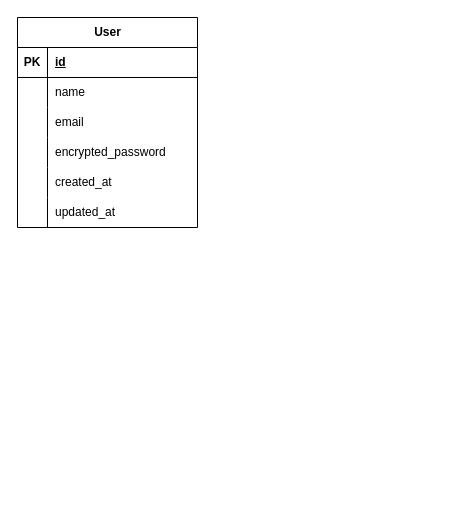
The draw.io diagram team_nk/いいね機能.drawio in Ganmo3/drawio, before the edit. Source tidied: cells renumbered, new cells numbered last; positions are measured from the earlier drawing's top-left corner, leaving out a move shared by most shapes. Both pictures are drawn from the tidied source at 100%, with x=0, y=0 at pixel (17, 17).
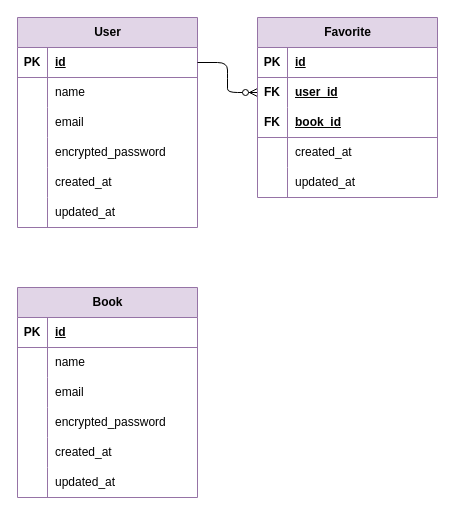
The same page after the edit.

Commit message (it also covers changes not shown here):
いいね機能.drawio を更新します

The edit, as a diff of the source:
```diff
@@
-    <mxCell id="2" value="User" style="shape=table;startSize=30;childLayout=tableLayout;rowLines=0;fontStyle=1;align=center;html=1;" parent="1" vertex="1">
+    <mxCell id="2" value="&lt;font color=&quot;#000000&quot;&gt;User&lt;/font&gt;" style="shape=table;startSize=30;childLayout=tableLayout;rowLines=0;fontStyle=1;align=center;html=1;strokeColor=#9673a6;fontFamily=Helvetica;fontSize=12;fontColor=default;fillColor=#e1d5e7;" parent="1" vertex="1">
       <mxGeometry width="180" height="210" as="geometry" />
     </mxCell>
-    <mxCell id="3" style="shape=tableRow;horizontal=0;startSize=0;swimlaneHead=0;swimlaneBody=0;fillColor=none;top=0;left=0;right=0;bottom=1;" parent="2" vertex="1">
-      <mxGeometry y="30" width="180" height="30" as="geometry" />
-    </mxCell>
-    <mxCell id="4" value="PK" style="shape=partialRectangle;fillColor=none;top=0;left=0;bottom=0;right=0;fontStyle=1;overflow=hidden;whiteSpace=wrap;html=1;" parent="3" vertex="1">
-      <mxGeometry width="30" height="30" as="geometry" />
-    </mxCell>
-    <mxCell id="5" value="id" style="shape=partialRectangle;fillColor=none;top=0;left=0;bottom=0;right=0;align=left;spacingLeft=6;fontStyle=5;overflow=hidden;whiteSpace=wrap;html=1;" parent="3" vertex="1">
-      <mxGeometry x="30" width="150" height="30" as="geometry" />
-    </mxCell>
-    <mxCell id="6" style="shape=tableRow;horizontal=0;startSize=0;swimlaneHead=0;swimlaneBody=0;fillColor=none;top=0;left=0;right=0;bottom=0;" parent="2" vertex="1">
-      <mxGeometry y="60" width="180" height="30" as="geometry" />
-    </mxCell>
-    <mxCell id="7" style="shape=partialRectangle;fillColor=none;top=0;left=0;bottom=0;right=0;overflow=hidden;whiteSpace=wrap;html=1;" parent="6" vertex="1">
-      <mxGeometry width="30" height="30" as="geometry" />
-    </mxCell>
-    <mxCell id="8" value="name" style="shape=partialRectangle;fillColor=none;top=0;left=0;bottom=0;right=0;align=left;spacingLeft=6;overflow=hidden;whiteSpace=wrap;html=1;" parent="6" vertex="1">
-      <mxGeometry x="30" width="150" height="30" as="geometry" />
-    </mxCell>
-    <mxCell id="9" style="shape=tableRow;horizontal=0;startSize=0;swimlaneHead=0;swimlaneBody=0;fillColor=none;top=0;left=0;right=0;bottom=0;" parent="2" vertex="1">
-      <mxGeometry y="90" width="180" height="30" as="geometry" />
-    </mxCell>
-    <mxCell id="10" style="shape=partialRectangle;fillColor=none;top=0;left=0;bottom=0;right=0;overflow=hidden;whiteSpace=wrap;html=1;" parent="9" vertex="1">
-      <mxGeometry width="30" height="30" as="geometry" />
-    </mxCell>
-    <mxCell id="11" value="email" style="shape=partialRectangle;fillColor=none;top=0;left=0;bottom=0;right=0;align=left;spacingLeft=6;overflow=hidden;whiteSpace=wrap;html=1;" parent="9" vertex="1">
-      <mxGeometry x="30" width="150" height="30" as="geometry" />
-    </mxCell>
-    <mxCell id="12" style="shape=tableRow;horizontal=0;startSize=0;swimlaneHead=0;swimlaneBody=0;fillColor=none;top=0;left=0;right=0;bottom=0;" parent="2" vertex="1">
-      <mxGeometry y="120" width="180" height="30" as="geometry" />
-    </mxCell>
-    <mxCell id="13" style="shape=partialRectangle;fillColor=none;top=0;left=0;bottom=0;right=0;overflow=hidden;whiteSpace=wrap;html=1;" parent="12" vertex="1">
-      <mxGeometry width="30" height="30" as="geometry" />
-    </mxCell>
-    <mxCell id="14" value="encrypted_password" style="shape=partialRectangle;fillColor=none;top=0;left=0;bottom=0;right=0;align=left;spacingLeft=6;overflow=hidden;whiteSpace=wrap;html=1;" parent="12" vertex="1">
-      <mxGeometry x="30" width="150" height="30" as="geometry" />
-    </mxCell>
-    <mxCell id="15" style="shape=tableRow;horizontal=0;startSize=0;swimlaneHead=0;swimlaneBody=0;fillColor=none;top=0;left=0;right=0;bottom=0;" parent="2" vertex="1">
-      <mxGeometry y="150" width="180" height="30" as="geometry" />
-    </mxCell>
-    <mxCell id="16" style="shape=partialRectangle;fillColor=none;top=0;left=0;bottom=0;right=0;overflow=hidden;whiteSpace=wrap;html=1;" parent="15" vertex="1">
-      <mxGeometry width="30" height="30" as="geometry" />
-    </mxCell>
-    <mxCell id="17" value="created_at" style="shape=partialRectangle;fillColor=none;top=0;left=0;bottom=0;right=0;align=left;spacingLeft=6;overflow=hidden;whiteSpace=wrap;html=1;" parent="15" vertex="1">
-      <mxGeometry x="30" width="150" height="30" as="geometry" />
-    </mxCell>
-    <mxCell id="18" style="shape=tableRow;horizontal=0;startSize=0;swimlaneHead=0;swimlaneBody=0;fillColor=none;top=0;left=0;right=0;bottom=0;" parent="2" vertex="1">
-      <mxGeometry y="180" width="180" height="30" as="geometry" />
-    </mxCell>
-    <mxCell id="19" style="shape=partialRectangle;fillColor=none;top=0;left=0;bottom=0;right=0;overflow=hidden;whiteSpace=wrap;html=1;" parent="18" vertex="1">
-      <mxGeometry width="30" height="30" as="geometry" />
-    </mxCell>
-    <mxCell id="20" value="updated_at" style="shape=partialRectangle;fillColor=none;top=0;left=0;bottom=0;right=0;align=left;spacingLeft=6;overflow=hidden;whiteSpace=wrap;html=1;" parent="18" vertex="1">
-      <mxGeometry x="30" width="150" height="30" as="geometry" />
-    </mxCell>
+    <mxCell id="21" style="shape=tableRow;horizontal=0;startSize=0;swimlaneHead=0;swimlaneBody=0;fillColor=none;points=[[0,0.5],[1,0.5]];portConstraint=eastwest;top=0;left=0;right=0;bottom=1;strokeColor=#9673a6;fontFamily=Helvetica;fontSize=12;fontColor=default;html=1;" parent="2" vertex="1">
+      <mxGeometry y="30" width="180" height="30" as="geometry" />
+    </mxCell>
+    <mxCell id="22" value="PK" style="shape=partialRectangle;fillColor=none;top=0;left=0;bottom=0;right=0;fontStyle=1;overflow=hidden;whiteSpace=wrap;html=1;strokeColor=#9673a6;fontFamily=Helvetica;fontSize=12;fontColor=default;startSize=23;" parent="21" vertex="1">
+      <mxGeometry width="30" height="30" as="geometry" />
+    </mxCell>
+    <mxCell id="23" value="id" style="shape=partialRectangle;fillColor=none;top=0;left=0;bottom=0;right=0;align=left;spacingLeft=6;fontStyle=5;overflow=hidden;whiteSpace=wrap;html=1;strokeColor=#9673a6;fontFamily=Helvetica;fontSize=12;fontColor=default;startSize=23;" parent="21" vertex="1">
+      <mxGeometry x="30" width="150" height="30" as="geometry" />
+    </mxCell>
+    <mxCell id="24" style="shape=tableRow;horizontal=0;startSize=0;swimlaneHead=0;swimlaneBody=0;fillColor=none;top=0;left=0;right=0;bottom=0;strokeColor=#9673a6;fontFamily=Helvetica;fontSize=12;fontColor=default;html=1;" parent="2" vertex="1">
+      <mxGeometry y="60" width="180" height="30" as="geometry" />
+    </mxCell>
+    <mxCell id="25" style="shape=partialRectangle;fillColor=none;top=0;left=0;bottom=0;right=0;overflow=hidden;whiteSpace=wrap;html=1;strokeColor=#9673a6;fontFamily=Helvetica;fontSize=12;fontColor=default;startSize=23;" parent="24" vertex="1">
+      <mxGeometry width="30" height="30" as="geometry" />
+    </mxCell>
+    <mxCell id="26" value="name" style="shape=partialRectangle;fillColor=none;top=0;left=0;bottom=0;right=0;align=left;spacingLeft=6;overflow=hidden;whiteSpace=wrap;html=1;strokeColor=#9673a6;fontFamily=Helvetica;fontSize=12;fontColor=default;startSize=23;" parent="24" vertex="1">
+      <mxGeometry x="30" width="150" height="30" as="geometry" />
+    </mxCell>
+    <mxCell id="27" style="shape=tableRow;horizontal=0;startSize=0;swimlaneHead=0;swimlaneBody=0;fillColor=none;top=0;left=0;right=0;bottom=0;strokeColor=#9673a6;fontFamily=Helvetica;fontSize=12;fontColor=default;html=1;" parent="2" vertex="1">
+      <mxGeometry y="90" width="180" height="30" as="geometry" />
+    </mxCell>
+    <mxCell id="28" style="shape=partialRectangle;fillColor=none;top=0;left=0;bottom=0;right=0;overflow=hidden;whiteSpace=wrap;html=1;strokeColor=#9673a6;fontFamily=Helvetica;fontSize=12;fontColor=default;startSize=23;" parent="27" vertex="1">
+      <mxGeometry width="30" height="30" as="geometry" />
+    </mxCell>
+    <mxCell id="29" value="email" style="shape=partialRectangle;fillColor=none;top=0;left=0;bottom=0;right=0;align=left;spacingLeft=6;overflow=hidden;whiteSpace=wrap;html=1;strokeColor=#9673a6;fontFamily=Helvetica;fontSize=12;fontColor=default;startSize=23;" parent="27" vertex="1">
+      <mxGeometry x="30" width="150" height="30" as="geometry" />
+    </mxCell>
+    <mxCell id="30" style="shape=tableRow;horizontal=0;startSize=0;swimlaneHead=0;swimlaneBody=0;fillColor=none;top=0;left=0;right=0;bottom=0;strokeColor=#9673a6;fontFamily=Helvetica;fontSize=12;fontColor=default;html=1;" parent="2" vertex="1">
+      <mxGeometry y="120" width="180" height="30" as="geometry" />
+    </mxCell>
+    <mxCell id="31" style="shape=partialRectangle;fillColor=none;top=0;left=0;bottom=0;right=0;overflow=hidden;whiteSpace=wrap;html=1;strokeColor=#9673a6;fontFamily=Helvetica;fontSize=12;fontColor=default;startSize=23;" parent="30" vertex="1">
+      <mxGeometry width="30" height="30" as="geometry" />
+    </mxCell>
+    <mxCell id="32" value="encrypted_password" style="shape=partialRectangle;fillColor=none;top=0;left=0;bottom=0;right=0;align=left;spacingLeft=6;overflow=hidden;whiteSpace=wrap;html=1;strokeColor=#9673a6;fontFamily=Helvetica;fontSize=12;fontColor=default;startSize=23;" parent="30" vertex="1">
+      <mxGeometry x="30" width="150" height="30" as="geometry" />
+    </mxCell>
+    <mxCell id="33" style="shape=tableRow;horizontal=0;startSize=0;swimlaneHead=0;swimlaneBody=0;fillColor=none;top=0;left=0;right=0;bottom=0;strokeColor=#9673a6;fontFamily=Helvetica;fontSize=12;fontColor=default;html=1;" parent="2" vertex="1">
+      <mxGeometry y="150" width="180" height="30" as="geometry" />
+    </mxCell>
+    <mxCell id="34" style="shape=partialRectangle;fillColor=none;top=0;left=0;bottom=0;right=0;overflow=hidden;whiteSpace=wrap;html=1;strokeColor=#9673a6;fontFamily=Helvetica;fontSize=12;fontColor=default;startSize=23;" parent="33" vertex="1">
+      <mxGeometry width="30" height="30" as="geometry" />
+    </mxCell>
+    <mxCell id="35" value="created_at" style="shape=partialRectangle;fillColor=none;top=0;left=0;bottom=0;right=0;align=left;spacingLeft=6;overflow=hidden;whiteSpace=wrap;html=1;strokeColor=#9673a6;fontFamily=Helvetica;fontSize=12;fontColor=default;startSize=23;" parent="33" vertex="1">
+      <mxGeometry x="30" width="150" height="30" as="geometry" />
+    </mxCell>
+    <mxCell id="36" style="shape=tableRow;horizontal=0;startSize=0;swimlaneHead=0;swimlaneBody=0;fillColor=none;top=0;left=0;right=0;bottom=0;strokeColor=#9673a6;fontFamily=Helvetica;fontSize=12;fontColor=default;html=1;" parent="2" vertex="1">
+      <mxGeometry y="180" width="180" height="30" as="geometry" />
+    </mxCell>
+    <mxCell id="37" style="shape=partialRectangle;fillColor=none;top=0;left=0;bottom=0;right=0;overflow=hidden;whiteSpace=wrap;html=1;strokeColor=#9673a6;fontFamily=Helvetica;fontSize=12;fontColor=default;startSize=23;" parent="36" vertex="1">
+      <mxGeometry width="30" height="30" as="geometry" />
+    </mxCell>
+    <mxCell id="38" value="updated_at" style="shape=partialRectangle;fillColor=none;top=0;left=0;bottom=0;right=0;align=left;spacingLeft=6;overflow=hidden;whiteSpace=wrap;html=1;strokeColor=#9673a6;fontFamily=Helvetica;fontSize=12;fontColor=default;startSize=23;" parent="36" vertex="1">
+      <mxGeometry x="30" width="150" height="30" as="geometry" />
+    </mxCell>
+    <mxCell id="39" style="edgeStyle=entityRelationEdgeStyle;fontSize=12;html=1;endArrow=ERzeroToMany;endFill=1;fontFamily=Helvetica;fontColor=default;startSize=23;rounded=1;entryX=0;entryY=0.5;entryDx=0;entryDy=0;" parent="1" edge="1" source="21" target="44">
+      <mxGeometry relative="1" as="geometry" />
+    </mxCell>
+    <mxCell id="40" value="&lt;font color=&quot;#000000&quot;&gt;Favorite&lt;/font&gt;" style="shape=table;startSize=30;childLayout=tableLayout;rowLines=0;fontStyle=1;align=center;html=1;strokeColor=#9673a6;fontFamily=Helvetica;fontSize=12;fontColor=default;fillColor=#e1d5e7;" parent="1" vertex="1">
+      <mxGeometry x="240" width="180" height="180" as="geometry" />
+    </mxCell>
+    <mxCell id="41" style="shape=tableRow;horizontal=0;startSize=0;swimlaneHead=0;swimlaneBody=0;fillColor=none;top=0;left=0;right=0;bottom=1;strokeColor=#9673a6;fontFamily=Helvetica;fontSize=12;fontColor=default;html=1;" parent="40" vertex="1">
+      <mxGeometry y="30" width="180" height="30" as="geometry" />
+    </mxCell>
+    <mxCell id="42" value="PK" style="shape=partialRectangle;fillColor=none;top=0;left=0;bottom=0;right=0;fontStyle=1;overflow=hidden;whiteSpace=wrap;html=1;strokeColor=#9673a6;fontFamily=Helvetica;fontSize=12;fontColor=default;startSize=23;" parent="41" vertex="1">
+      <mxGeometry width="30" height="30" as="geometry" />
+    </mxCell>
+    <mxCell id="43" value="id" style="shape=partialRectangle;fillColor=none;top=0;left=0;bottom=0;right=0;align=left;spacingLeft=6;fontStyle=5;overflow=hidden;whiteSpace=wrap;html=1;strokeColor=#9673a6;fontFamily=Helvetica;fontSize=12;fontColor=default;startSize=23;" parent="41" vertex="1">
+      <mxGeometry x="30" width="150" height="30" as="geometry" />
+    </mxCell>
+    <mxCell id="44" style="shape=tableRow;horizontal=0;startSize=0;swimlaneHead=0;swimlaneBody=0;fillColor=none;points=[[0,0.5],[1,0.5]];portConstraint=eastwest;top=0;left=0;right=0;bottom=0;strokeColor=#9673a6;fontFamily=Helvetica;fontSize=12;fontColor=default;html=1;" parent="40" vertex="1">
+      <mxGeometry y="60" width="180" height="30" as="geometry" />
+    </mxCell>
+    <mxCell id="45" value="&lt;b&gt;FK&lt;/b&gt;" style="shape=partialRectangle;fillColor=none;top=0;left=0;bottom=0;right=0;overflow=hidden;whiteSpace=wrap;html=1;strokeColor=#9673a6;fontFamily=Helvetica;fontSize=12;fontColor=default;startSize=23;" parent="44" vertex="1">
+      <mxGeometry width="30" height="30" as="geometry" />
+    </mxCell>
+    <mxCell id="46" value="&lt;u&gt;&lt;b&gt;user_id&lt;/b&gt;&lt;/u&gt;" style="shape=partialRectangle;fillColor=none;top=0;left=0;bottom=0;right=0;align=left;spacingLeft=6;overflow=hidden;whiteSpace=wrap;html=1;strokeColor=#9673a6;fontFamily=Helvetica;fontSize=12;fontColor=default;startSize=23;" parent="44" vertex="1">
+      <mxGeometry x="30" width="150" height="30" as="geometry" />
+    </mxCell>
+    <mxCell id="47" style="shape=tableRow;horizontal=0;startSize=0;swimlaneHead=0;swimlaneBody=0;fillColor=none;top=0;left=0;right=0;bottom=1;strokeColor=#9673a6;fontFamily=Helvetica;fontSize=12;fontColor=default;html=1;" parent="40" vertex="1">
+      <mxGeometry y="90" width="180" height="30" as="geometry" />
+    </mxCell>
+    <mxCell id="48" value="FK" style="shape=partialRectangle;fillColor=none;top=0;left=0;bottom=0;right=0;fontStyle=1;overflow=hidden;whiteSpace=wrap;html=1;strokeColor=#9673a6;fontFamily=Helvetica;fontSize=12;fontColor=default;startSize=23;" parent="47" vertex="1">
+      <mxGeometry width="30" height="30" as="geometry" />
+    </mxCell>
+    <mxCell id="49" value="book_id" style="shape=partialRectangle;fillColor=none;top=0;left=0;bottom=0;right=0;align=left;spacingLeft=6;fontStyle=5;overflow=hidden;whiteSpace=wrap;html=1;strokeColor=#9673a6;fontFamily=Helvetica;fontSize=12;fontColor=default;startSize=23;" parent="47" vertex="1">
+      <mxGeometry x="30" width="150" height="30" as="geometry" />
+    </mxCell>
+    <mxCell id="50" style="shape=tableRow;horizontal=0;startSize=0;swimlaneHead=0;swimlaneBody=0;fillColor=none;top=0;left=0;right=0;bottom=0;strokeColor=#9673a6;fontFamily=Helvetica;fontSize=12;fontColor=default;html=1;" parent="40" vertex="1">
+      <mxGeometry y="120" width="180" height="30" as="geometry" />
+    </mxCell>
+    <mxCell id="51" style="shape=partialRectangle;fillColor=none;top=0;left=0;bottom=0;right=0;overflow=hidden;whiteSpace=wrap;html=1;strokeColor=#9673a6;fontFamily=Helvetica;fontSize=12;fontColor=default;startSize=23;" parent="50" vertex="1">
+      <mxGeometry width="30" height="30" as="geometry" />
+    </mxCell>
+    <mxCell id="52" value="created_at" style="shape=partialRectangle;fillColor=none;top=0;left=0;bottom=0;right=0;align=left;spacingLeft=6;overflow=hidden;whiteSpace=wrap;html=1;strokeColor=#9673a6;fontFamily=Helvetica;fontSize=12;fontColor=default;startSize=23;" parent="50" vertex="1">
+      <mxGeometry x="30" width="150" height="30" as="geometry" />
+    </mxCell>
+    <mxCell id="53" style="shape=tableRow;horizontal=0;startSize=0;swimlaneHead=0;swimlaneBody=0;fillColor=none;top=0;left=0;right=0;bottom=0;strokeColor=#9673a6;fontFamily=Helvetica;fontSize=12;fontColor=default;html=1;" parent="40" vertex="1">
+      <mxGeometry y="150" width="180" height="30" as="geometry" />
+    </mxCell>
+    <mxCell id="54" style="shape=partialRectangle;fillColor=none;top=0;left=0;bottom=0;right=0;overflow=hidden;whiteSpace=wrap;html=1;strokeColor=#9673a6;fontFamily=Helvetica;fontSize=12;fontColor=default;startSize=23;" parent="53" vertex="1">
+      <mxGeometry width="30" height="30" as="geometry" />
+    </mxCell>
+    <mxCell id="55" value="updated_at" style="shape=partialRectangle;fillColor=none;top=0;left=0;bottom=0;right=0;align=left;spacingLeft=6;overflow=hidden;whiteSpace=wrap;html=1;strokeColor=#9673a6;fontFamily=Helvetica;fontSize=12;fontColor=default;startSize=23;" parent="53" vertex="1">
+      <mxGeometry x="30" width="150" height="30" as="geometry" />
+    </mxCell>
+    <mxCell id="56" value="&lt;font color=&quot;#000000&quot;&gt;Book&lt;/font&gt;" style="shape=table;startSize=30;childLayout=tableLayout;rowLines=0;fontStyle=1;align=center;html=1;strokeColor=#9673a6;fontFamily=Helvetica;fontSize=12;fontColor=default;fillColor=#e1d5e7;" parent="1" vertex="1">
+      <mxGeometry y="270" width="180" height="210" as="geometry" />
+    </mxCell>
+    <mxCell id="57" style="shape=tableRow;horizontal=0;startSize=0;swimlaneHead=0;swimlaneBody=0;fillColor=none;top=0;left=0;right=0;bottom=1;strokeColor=#9673a6;fontFamily=Helvetica;fontSize=12;fontColor=default;html=1;" parent="56" vertex="1">
+      <mxGeometry y="30" width="180" height="30" as="geometry" />
+    </mxCell>
+    <mxCell id="58" value="PK" style="shape=partialRectangle;fillColor=none;top=0;left=0;bottom=0;right=0;fontStyle=1;overflow=hidden;whiteSpace=wrap;html=1;strokeColor=#9673a6;fontFamily=Helvetica;fontSize=12;fontColor=default;startSize=23;" parent="57" vertex="1">
+      <mxGeometry width="30" height="30" as="geometry" />
+    </mxCell>
+    <mxCell id="59" value="id" style="shape=partialRectangle;fillColor=none;top=0;left=0;bottom=0;right=0;align=left;spacingLeft=6;fontStyle=5;overflow=hidden;whiteSpace=wrap;html=1;strokeColor=#9673a6;fontFamily=Helvetica;fontSize=12;fontColor=default;startSize=23;" parent="57" vertex="1">
+      <mxGeometry x="30" width="150" height="30" as="geometry" />
+    </mxCell>
+    <mxCell id="60" style="shape=tableRow;horizontal=0;startSize=0;swimlaneHead=0;swimlaneBody=0;fillColor=none;top=0;left=0;right=0;bottom=0;strokeColor=#9673a6;fontFamily=Helvetica;fontSize=12;fontColor=default;html=1;" parent="56" vertex="1">
+      <mxGeometry y="60" width="180" height="30" as="geometry" />
+    </mxCell>
+    <mxCell id="61" style="shape=partialRectangle;fillColor=none;top=0;left=0;bottom=0;right=0;overflow=hidden;whiteSpace=wrap;html=1;strokeColor=#9673a6;fontFamily=Helvetica;fontSize=12;fontColor=default;startSize=23;" parent="60" vertex="1">
+      <mxGeometry width="30" height="30" as="geometry" />
+    </mxCell>
+    <mxCell id="62" value="name" style="shape=partialRectangle;fillColor=none;top=0;left=0;bottom=0;right=0;align=left;spacingLeft=6;overflow=hidden;whiteSpace=wrap;html=1;strokeColor=#9673a6;fontFamily=Helvetica;fontSize=12;fontColor=default;startSize=23;" parent="60" vertex="1">
+      <mxGeometry x="30" width="150" height="30" as="geometry" />
+    </mxCell>
+    <mxCell id="63" style="shape=tableRow;horizontal=0;startSize=0;swimlaneHead=0;swimlaneBody=0;fillColor=none;top=0;left=0;right=0;bottom=0;strokeColor=#9673a6;fontFamily=Helvetica;fontSize=12;fontColor=default;html=1;" parent="56" vertex="1">
+      <mxGeometry y="90" width="180" height="30" as="geometry" />
+    </mxCell>
+    <mxCell id="64" style="shape=partialRectangle;fillColor=none;top=0;left=0;bottom=0;right=0;overflow=hidden;whiteSpace=wrap;html=1;strokeColor=#9673a6;fontFamily=Helvetica;fontSize=12;fontColor=default;startSize=23;" parent="63" vertex="1">
+      <mxGeometry width="30" height="30" as="geometry" />
+    </mxCell>
+    <mxCell id="65" value="email" style="shape=partialRectangle;fillColor=none;top=0;left=0;bottom=0;right=0;align=left;spacingLeft=6;overflow=hidden;whiteSpace=wrap;html=1;strokeColor=#9673a6;fontFamily=Helvetica;fontSize=12;fontColor=default;startSize=23;" parent="63" vertex="1">
+      <mxGeometry x="30" width="150" height="30" as="geometry" />
+    </mxCell>
+    <mxCell id="66" style="shape=tableRow;horizontal=0;startSize=0;swimlaneHead=0;swimlaneBody=0;fillColor=none;top=0;left=0;right=0;bottom=0;strokeColor=#9673a6;fontFamily=Helvetica;fontSize=12;fontColor=default;html=1;" parent="56" vertex="1">
+      <mxGeometry y="120" width="180" height="30" as="geometry" />
+    </mxCell>
+    <mxCell id="67" style="shape=partialRectangle;fillColor=none;top=0;left=0;bottom=0;right=0;overflow=hidden;whiteSpace=wrap;html=1;strokeColor=#9673a6;fontFamily=Helvetica;fontSize=12;fontColor=default;startSize=23;" parent="66" vertex="1">
+      <mxGeometry width="30" height="30" as="geometry" />
+    </mxCell>
+    <mxCell id="68" value="encrypted_password" style="shape=partialRectangle;fillColor=none;top=0;left=0;bottom=0;right=0;align=left;spacingLeft=6;overflow=hidden;whiteSpace=wrap;html=1;strokeColor=#9673a6;fontFamily=Helvetica;fontSize=12;fontColor=default;startSize=23;" parent="66" vertex="1">
+      <mxGeometry x="30" width="150" height="30" as="geometry" />
+    </mxCell>
+    <mxCell id="69" style="shape=tableRow;horizontal=0;startSize=0;swimlaneHead=0;swimlaneBody=0;fillColor=none;top=0;left=0;right=0;bottom=0;strokeColor=#9673a6;fontFamily=Helvetica;fontSize=12;fontColor=default;html=1;" parent="56" vertex="1">
+      <mxGeometry y="150" width="180" height="30" as="geometry" />
+    </mxCell>
+    <mxCell id="70" style="shape=partialRectangle;fillColor=none;top=0;left=0;bottom=0;right=0;overflow=hidden;whiteSpace=wrap;html=1;strokeColor=#9673a6;fontFamily=Helvetica;fontSize=12;fontColor=default;startSize=23;" parent="69" vertex="1">
+      <mxGeometry width="30" height="30" as="geometry" />
+    </mxCell>
+    <mxCell id="71" value="created_at" style="shape=partialRectangle;fillColor=none;top=0;left=0;bottom=0;right=0;align=left;spacingLeft=6;overflow=hidden;whiteSpace=wrap;html=1;strokeColor=#9673a6;fontFamily=Helvetica;fontSize=12;fontColor=default;startSize=23;" parent="69" vertex="1">
+      <mxGeometry x="30" width="150" height="30" as="geometry" />
+    </mxCell>
+    <mxCell id="72" style="shape=tableRow;horizontal=0;startSize=0;swimlaneHead=0;swimlaneBody=0;fillColor=none;top=0;left=0;right=0;bottom=0;strokeColor=#9673a6;fontFamily=Helvetica;fontSize=12;fontColor=default;html=1;" parent="56" vertex="1">
+      <mxGeometry y="180" width="180" height="30" as="geometry" />
+    </mxCell>
+    <mxCell id="73" style="shape=partialRectangle;fillColor=none;top=0;left=0;bottom=0;right=0;overflow=hidden;whiteSpace=wrap;html=1;strokeColor=#9673a6;fontFamily=Helvetica;fontSize=12;fontColor=default;startSize=23;" parent="72" vertex="1">
+      <mxGeometry width="30" height="30" as="geometry" />
+    </mxCell>
+    <mxCell id="74" value="updated_at" style="shape=partialRectangle;fillColor=none;top=0;left=0;bottom=0;right=0;align=left;spacingLeft=6;overflow=hidden;whiteSpace=wrap;html=1;strokeColor=#9673a6;fontFamily=Helvetica;fontSize=12;fontColor=default;startSize=23;" parent="72" vertex="1">
+      <mxGeometry x="30" width="150" height="30" as="geometry" />
+    </mxCell>
```
